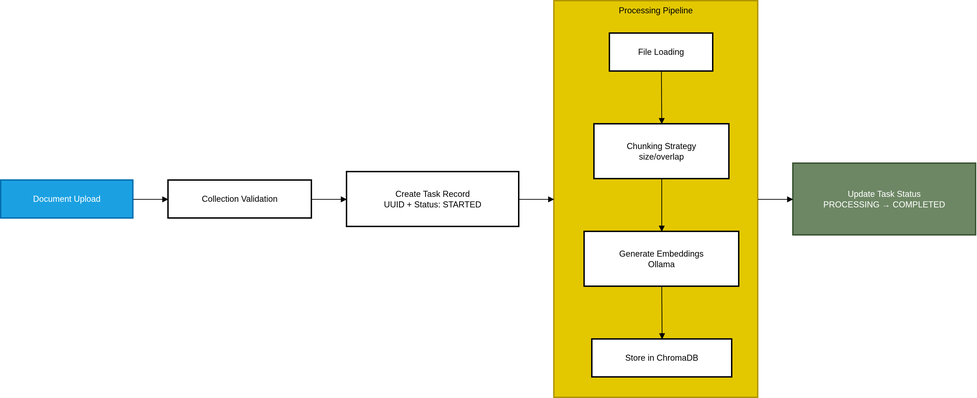
Above: Ingestion Pipeline Flowchart.png in afterSt0rm/rag-app (draw.io), before the change. Source tidied: cells renumbered, new cells last; positions are measured from the earlier drawing's top-left corner, leaving out a move shared by most shapes.
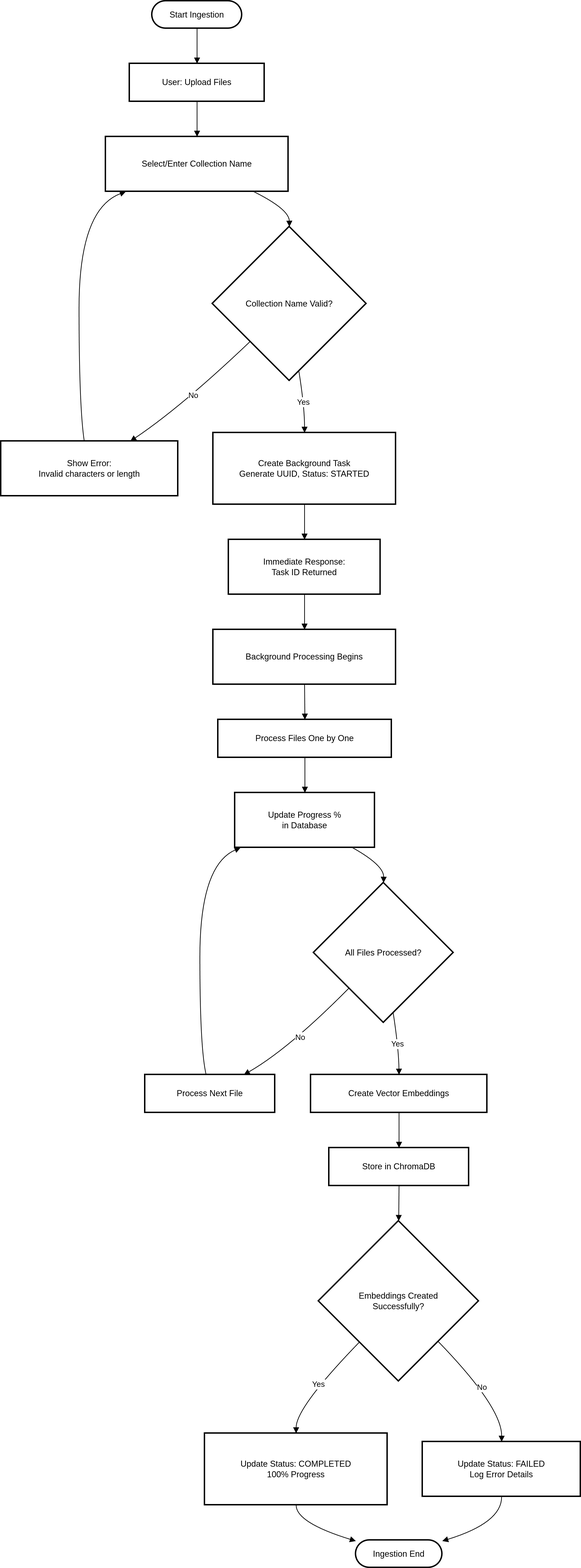
After the change.

Commit message:
Update ingestion pipeline flowchart

Change to the diagram source:
```diff
@@ -2,53 +2,169 @@
   <root>
     <mxCell id="0" />
     <mxCell id="1" parent="0" />
-    <mxCell id="2" value="Processing Pipeline" style="whiteSpace=wrap;strokeWidth=2;verticalAlign=top;fillColor=#e3c800;fontColor=#000000;strokeColor=#B09500;" parent="1" vertex="1">
-      <mxGeometry x="787" width="290" height="564" as="geometry" />
-    </mxCell>
-    <mxCell id="3" value="File Loading" style="whiteSpace=wrap;strokeWidth=2;" parent="2" vertex="1">
-      <mxGeometry x="79" y="46" width="147" height="54" as="geometry" />
-    </mxCell>
-    <mxCell id="4" value="Chunking Strategy&#10;size/overlap" style="whiteSpace=wrap;strokeWidth=2;" parent="2" vertex="1">
-      <mxGeometry x="57" y="175" width="192" height="78" as="geometry" />
-    </mxCell>
-    <mxCell id="5" value="Generate Embeddings&#10;Ollama" style="whiteSpace=wrap;strokeWidth=2;" parent="2" vertex="1">
-      <mxGeometry x="43" y="328" width="220" height="78" as="geometry" />
-    </mxCell>
+    <mxCell id="18" value="Start Ingestion" style="rounded=1;whiteSpace=wrap;arcSize=50;strokeWidth=2;" parent="1" vertex="1">
+      <mxGeometry x="215" y="-230" width="128" height="39" as="geometry" />
+    </mxCell>
+    <mxCell id="19" value="User: Upload Files" style="whiteSpace=wrap;strokeWidth=2;" parent="1" vertex="1">
+      <mxGeometry x="183" y="-141" width="192" height="54" as="geometry" />
+    </mxCell>
+    <mxCell id="20" value="Select/Enter Collection Name" style="whiteSpace=wrap;strokeWidth=2;" parent="1" vertex="1">
+      <mxGeometry x="149" y="-37" width="260" height="78" as="geometry" />
+    </mxCell>
+    <mxCell id="21" value="Collection Name Valid?" style="rhombus;strokeWidth=2;whiteSpace=wrap;" parent="1" vertex="1">
+      <mxGeometry x="301" y="91" width="219" height="219" as="geometry" />
+    </mxCell>
+    <mxCell id="22" value="Show Error:&#10;Invalid characters or length" style="whiteSpace=wrap;strokeWidth=2;" parent="1" vertex="1">
+      <mxGeometry y="396" width="252" height="78" as="geometry" />
+    </mxCell>
+    <mxCell id="23" value="Create Background Task&#10;Generate UUID, Status: STARTED" style="whiteSpace=wrap;strokeWidth=2;" parent="1" vertex="1">
+      <mxGeometry x="302" y="384" width="260" height="102" as="geometry" />
+    </mxCell>
+    <mxCell id="24" value="Immediate Response:&#10;Task ID Returned" style="whiteSpace=wrap;strokeWidth=2;" parent="1" vertex="1">
+      <mxGeometry x="324" y="536" width="216" height="78" as="geometry" />
+    </mxCell>
+    <mxCell id="25" value="Background Processing Begins" style="whiteSpace=wrap;strokeWidth=2;" parent="1" vertex="1">
+      <mxGeometry x="302" y="664" width="260" height="78" as="geometry" />
+    </mxCell>
+    <mxCell id="26" value="Process Files One by One" style="whiteSpace=wrap;strokeWidth=2;" parent="1" vertex="1">
+      <mxGeometry x="309" y="792" width="247" height="54" as="geometry" />
+    </mxCell>
+    <mxCell id="27" value="Update Progress %&#10;in Database" style="whiteSpace=wrap;strokeWidth=2;" parent="1" vertex="1">
+      <mxGeometry x="333" y="896" width="199" height="78" as="geometry" />
+    </mxCell>
+    <mxCell id="28" value="All Files Processed?" style="rhombus;strokeWidth=2;whiteSpace=wrap;" parent="1" vertex="1">
+      <mxGeometry x="445" y="1024" width="199" height="199" as="geometry" />
+    </mxCell>
+    <mxCell id="29" value="Process Next File" style="whiteSpace=wrap;strokeWidth=2;" parent="1" vertex="1">
+      <mxGeometry x="205" y="1297" width="185" height="54" as="geometry" />
+    </mxCell>
+    <mxCell id="30" value="Create Vector Embeddings" style="whiteSpace=wrap;strokeWidth=2;" parent="1" vertex="1">
+      <mxGeometry x="441" y="1297" width="251" height="54" as="geometry" />
+    </mxCell>
-    <mxCell id="6" value="Store in ChromaDB" style="whiteSpace=wrap;strokeWidth=2;" parent="2" vertex="1">
-      <mxGeometry x="54" y="481" width="199" height="54" as="geometry" />
+    <mxCell id="6" value="Store in ChromaDB" style="whiteSpace=wrap;strokeWidth=2;" parent="1" vertex="1">
+      <mxGeometry x="467" y="1401" width="199" height="54" as="geometry" />
     </mxCell>
-    <mxCell id="7" style="curved=1;startArrow=none;endArrow=block;exitX=0.5;exitY=0.99;entryX=0.5;entryY=-0.01;rounded=0;" parent="2" edge="1" source="3" target="4">
-      <mxGeometry relative="1" as="geometry" />
-    </mxCell>
-    <mxCell id="8" style="curved=1;startArrow=none;endArrow=block;exitX=0.5;exitY=0.99;entryX=0.5;entryY=-0.01;rounded=0;" parent="2" edge="1" source="4" target="5">
-      <mxGeometry relative="1" as="geometry" />
-    </mxCell>
-    <mxCell id="9" style="curved=1;startArrow=none;endArrow=block;exitX=0.5;exitY=0.99;entryX=0.5;entryY=-0.01;rounded=0;" parent="2" edge="1" source="5" target="6">
-      <mxGeometry relative="1" as="geometry" />
-    </mxCell>
-    <mxCell id="10" value="Document Upload" style="whiteSpace=wrap;strokeWidth=2;fillColor=#1ba1e2;fontColor=#ffffff;strokeColor=#006EAF;" parent="1" vertex="1">
-      <mxGeometry y="255" width="188" height="54" as="geometry" />
-    </mxCell>
-    <mxCell id="11" value="Collection Validation" style="whiteSpace=wrap;strokeWidth=2;" parent="1" vertex="1">
-      <mxGeometry x="238" y="255" width="204" height="54" as="geometry" />
-    </mxCell>
-    <mxCell id="12" value="Create Task Record&#10;UUID + Status: STARTED" style="whiteSpace=wrap;strokeWidth=2;" parent="1" vertex="1">
-      <mxGeometry x="492" y="243" width="245" height="78" as="geometry" />
-    </mxCell>
-    <mxCell id="13" value="Update Task Status&#10;PROCESSING → COMPLETED" style="whiteSpace=wrap;strokeWidth=2;fillColor=#6d8764;fontColor=#ffffff;strokeColor=#3A5431;" parent="1" vertex="1">
-      <mxGeometry x="1127" y="231" width="260" height="102" as="geometry" />
-    </mxCell>
-    <mxCell id="14" style="curved=1;startArrow=none;endArrow=block;exitX=1;exitY=0.5;entryX=0;entryY=0.5;rounded=0;" parent="1" edge="1" source="10" target="11">
-      <mxGeometry relative="1" as="geometry" />
-    </mxCell>
-    <mxCell id="15" style="curved=1;startArrow=none;endArrow=block;exitX=1;exitY=0.5;entryX=0;entryY=0.5;rounded=0;" parent="1" edge="1" source="11" target="12">
-      <mxGeometry relative="1" as="geometry" />
-    </mxCell>
-    <mxCell id="16" style="curved=1;startArrow=none;endArrow=block;exitX=1;exitY=0.5;entryX=0;entryY=0.5;rounded=0;" parent="1" edge="1" source="12" target="2">
-      <mxGeometry relative="1" as="geometry" />
-    </mxCell>
-    <mxCell id="17" style="curved=1;startArrow=none;endArrow=block;exitX=1;exitY=0.5;entryX=0;entryY=0.5;rounded=0;" parent="1" edge="1" source="2" target="13">
-      <mxGeometry relative="1" as="geometry" />
-    </mxCell>
+    <mxCell id="31" value="Embeddings Created&#10;Successfully?" style="rhombus;strokeWidth=2;whiteSpace=wrap;" parent="1" vertex="1">
+      <mxGeometry x="452" y="1505" width="228" height="228" as="geometry" />
+    </mxCell>
+    <mxCell id="32" value="Update Status: FAILED&#10;Log Error Details" style="whiteSpace=wrap;strokeWidth=2;" parent="1" vertex="1">
+      <mxGeometry x="600" y="1819" width="225" height="78" as="geometry" />
+    </mxCell>
+    <mxCell id="33" value="Update Status: COMPLETED&#10;100% Progress" style="whiteSpace=wrap;strokeWidth=2;" parent="1" vertex="1">
+      <mxGeometry x="290" y="1807" width="260" height="102" as="geometry" />
+    </mxCell>
+    <mxCell id="34" value="Ingestion End" style="rounded=1;whiteSpace=wrap;arcSize=50;strokeWidth=2;" parent="1" vertex="1">
+      <mxGeometry x="505" y="1959" width="123" height="39" as="geometry" />
+    </mxCell>
+    <mxCell id="35" style="curved=1;startArrow=none;endArrow=block;exitX=0.5;exitY=1;entryX=0.5;entryY=0;rounded=0;" parent="1" edge="1" source="18" target="19">
+      <mxGeometry relative="1" as="geometry" />
+    </mxCell>
+    <mxCell id="36" style="curved=1;startArrow=none;endArrow=block;exitX=0.5;exitY=1;entryX=0.5;entryY=0;rounded=0;" parent="1" edge="1" source="19" target="20">
+      <mxGeometry relative="1" as="geometry" />
+    </mxCell>
+    <mxCell id="37" style="curved=1;startArrow=none;endArrow=block;exitX=0.81;exitY=1;entryX=0.5;entryY=0;rounded=0;" parent="1" edge="1" source="20" target="21">
+      <mxGeometry relative="1" as="geometry">
+        <Array as="points">
+          <mxPoint x="410" y="66" />
+        </Array>
+      </mxGeometry>
+    </mxCell>
+    <mxCell id="38" value="No" style="curved=1;startArrow=none;endArrow=block;exitX=0;exitY=0.98;entryX=0.73;entryY=0;rounded=0;" parent="1" edge="1" source="21" target="22">
+      <mxGeometry relative="1" as="geometry">
+        <Array as="points">
+          <mxPoint x="257" y="347" />
+        </Array>
+      </mxGeometry>
+    </mxCell>
+    <mxCell id="39" style="curved=1;startArrow=none;endArrow=block;exitX=0.47;exitY=0;entryX=0.11;entryY=1;rounded=0;" parent="1" edge="1" source="22" target="20">
+      <mxGeometry relative="1" as="geometry">
+        <Array as="points">
+          <mxPoint x="111" y="347" />
+          <mxPoint x="111" y="66" />
+        </Array>
+      </mxGeometry>
+    </mxCell>
+    <mxCell id="40" value="Yes" style="curved=1;startArrow=none;endArrow=block;exitX=0.57;exitY=1;entryX=0.5;entryY=0;rounded=0;" parent="1" edge="1" source="21" target="23">
+      <mxGeometry relative="1" as="geometry">
+        <Array as="points">
+          <mxPoint x="432" y="347" />
+        </Array>
+      </mxGeometry>
+    </mxCell>
+    <mxCell id="41" style="curved=1;startArrow=none;endArrow=block;exitX=0.5;exitY=1;entryX=0.5;entryY=0;rounded=0;" parent="1" edge="1" source="23" target="24">
+      <mxGeometry relative="1" as="geometry" />
+    </mxCell>
+    <mxCell id="42" style="curved=1;startArrow=none;endArrow=block;exitX=0.5;exitY=1;entryX=0.5;entryY=0;rounded=0;" parent="1" edge="1" source="24" target="25">
+      <mxGeometry relative="1" as="geometry" />
+    </mxCell>
+    <mxCell id="43" style="curved=1;startArrow=none;endArrow=block;exitX=0.5;exitY=1;entryX=0.5;entryY=0;rounded=0;" parent="1" edge="1" source="25" target="26">
+      <mxGeometry relative="1" as="geometry" />
+    </mxCell>
+    <mxCell id="44" style="curved=1;startArrow=none;endArrow=block;exitX=0.5;exitY=1;entryX=0.5;entryY=0;rounded=0;" parent="1" edge="1" source="26" target="27">
+      <mxGeometry relative="1" as="geometry" />
+    </mxCell>
+    <mxCell id="45" style="curved=1;startArrow=none;endArrow=block;exitX=0.84;exitY=1;entryX=0.5;entryY=0;rounded=0;" parent="1" edge="1" source="27" target="28">
+      <mxGeometry relative="1" as="geometry">
+        <Array as="points">
+          <mxPoint x="545" y="999" />
+        </Array>
+      </mxGeometry>
+    </mxCell>
+    <mxCell id="46" value="No" style="curved=1;startArrow=none;endArrow=block;exitX=0.01;exitY=1;entryX=0.76;entryY=0;rounded=0;" parent="1" edge="1" source="28" target="29">
+      <mxGeometry relative="1" as="geometry">
+        <Array as="points">
+          <mxPoint x="410" y="1260" />
+        </Array>
+      </mxGeometry>
+    </mxCell>
+    <mxCell id="47" style="curved=1;startArrow=none;endArrow=block;exitX=0.47;exitY=0;entryX=0.04;entryY=1;rounded=0;" parent="1" edge="1" source="29" target="27">
+      <mxGeometry relative="1" as="geometry">
+        <Array as="points">
+          <mxPoint x="283" y="1260" />
+          <mxPoint x="283" y="999" />
+        </Array>
+      </mxGeometry>
+    </mxCell>
+    <mxCell id="48" value="Yes" style="curved=1;startArrow=none;endArrow=block;exitX=0.58;exitY=1;entryX=0.5;entryY=0;rounded=0;" parent="1" edge="1" source="28" target="30">
+      <mxGeometry relative="1" as="geometry">
+        <Array as="points">
+          <mxPoint x="566" y="1260" />
+        </Array>
+      </mxGeometry>
+    </mxCell>
+    <mxCell id="49" style="curved=1;startArrow=none;endArrow=block;exitX=0.5;exitY=1;entryX=0.5;entryY=0;rounded=0;" parent="1" edge="1" source="30" target="6">
+      <mxGeometry relative="1" as="geometry" />
+    </mxCell>
+    <mxCell id="50" style="curved=1;startArrow=none;endArrow=block;exitX=0.5;exitY=1;entryX=0.5;entryY=0;rounded=0;" parent="1" edge="1" source="6" target="31">
+      <mxGeometry relative="1" as="geometry" />
+    </mxCell>
+    <mxCell id="51" value="No" style="curved=1;startArrow=none;endArrow=block;exitX=0.99;exitY=1;entryX=0.5;entryY=0;rounded=0;" parent="1" edge="1" source="31" target="32">
+      <mxGeometry relative="1" as="geometry">
+        <Array as="points">
+          <mxPoint x="713" y="1770" />
+        </Array>
+      </mxGeometry>
+    </mxCell>
+    <mxCell id="52" value="Yes" style="curved=1;startArrow=none;endArrow=block;exitX=0.02;exitY=1;entryX=0.5;entryY=0;rounded=0;" parent="1" edge="1" source="31" target="33">
+      <mxGeometry relative="1" as="geometry">
+        <Array as="points">
+          <mxPoint x="420" y="1770" />
+        </Array>
+      </mxGeometry>
+    </mxCell>
+    <mxCell id="53" style="curved=1;startArrow=none;endArrow=block;exitX=0.5;exitY=1;entryX=1;entryY=0.03;rounded=0;" parent="1" edge="1" source="32" target="34">
+      <mxGeometry relative="1" as="geometry">
+        <Array as="points">
+          <mxPoint x="713" y="1934" />
+        </Array>
+      </mxGeometry>
+    </mxCell>
+    <mxCell id="54" style="curved=1;startArrow=none;endArrow=block;exitX=0.5;exitY=1;entryX=0;entryY=0.03;rounded=0;" parent="1" edge="1" source="33" target="34">
+      <mxGeometry relative="1" as="geometry">
+        <Array as="points">
+          <mxPoint x="420" y="1934" />
+        </Array>
+      </mxGeometry>
+    </mxCell>
   </root>
 </mxGraphModel>
```
